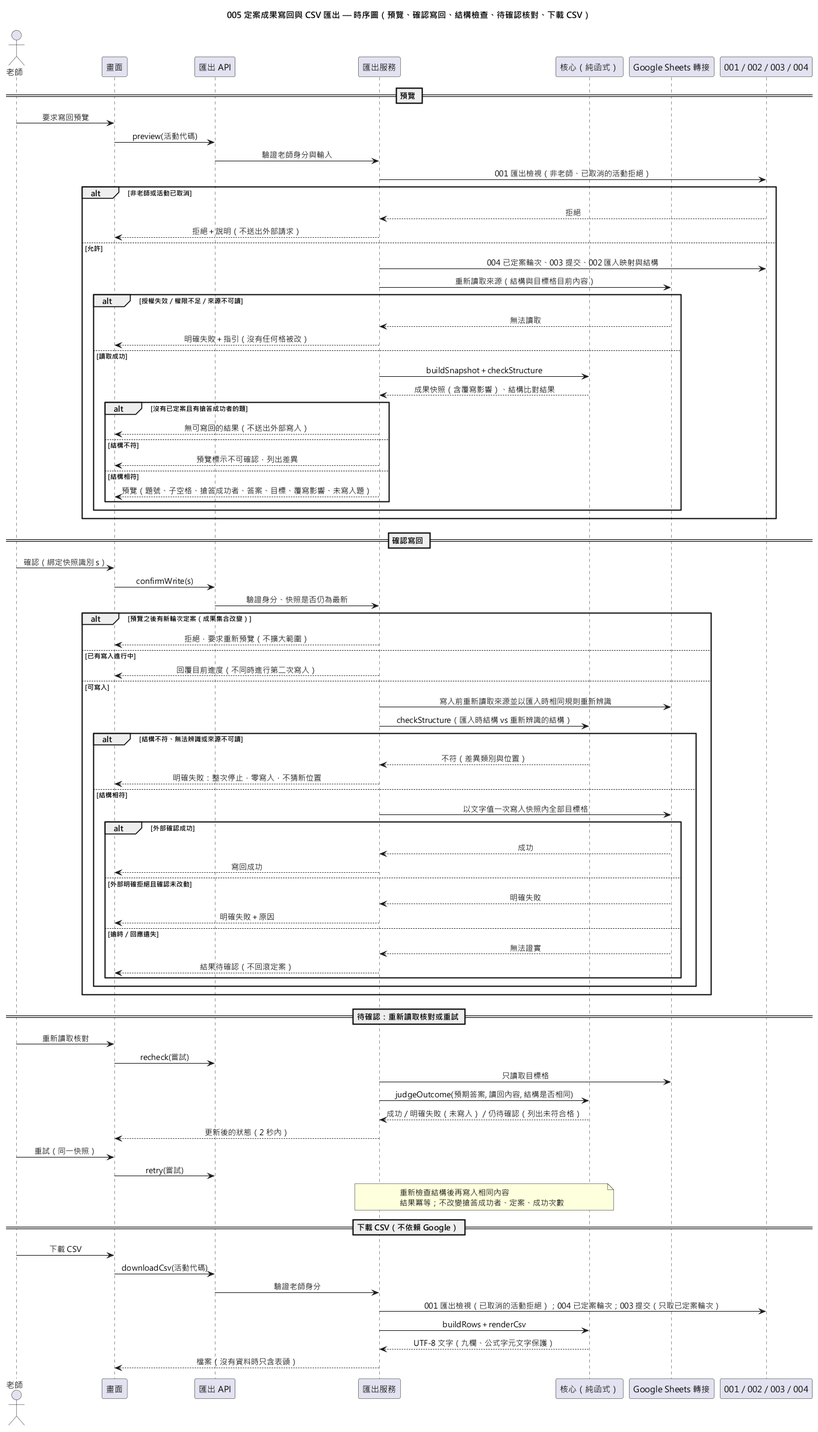
Above: diagrams/005-result-export-sequence.png in EricC430/lecture-answer-first_group16_speckit (PlantUML), before the change.
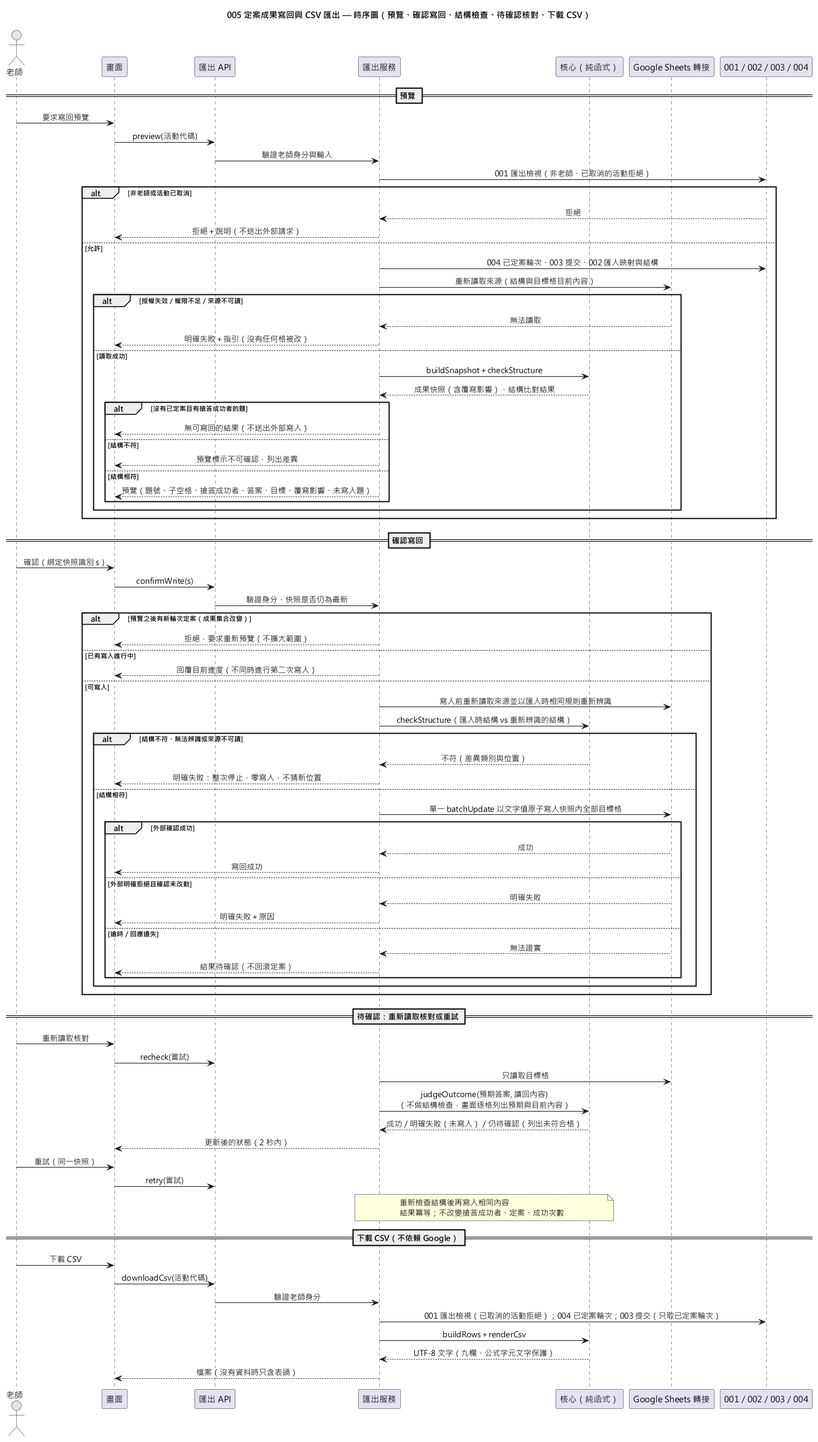
After the change.

The edit, as a diff of the source:
```diff
@@ -53,7 +53,7 @@
     C --> S : 不符（差異類別與位置）
     S --> UI : 明確失敗：整次停止，零寫入，不猜新位置
   else 結構相符
-    S -> G : 以文字值一次寫入快照內全部目標格
+    S -> G : 單一 batchUpdate 以文字值原子寫入快照內全部目標格
     alt 外部確認成功
       G --> S : 成功
       S --> UI : 寫回成功
@@ -71,7 +71,7 @@
 T -> UI : 重新讀取核對
 UI -> API : recheck(嘗試)
 S -> G : 只讀取目標格
-S -> C : judgeOutcome(預期答案, 讀回內容, 結構是否相同)
+S -> C : judgeOutcome(預期答案, 讀回內容)\n（不做結構檢查，畫面逐格列出預期與目前內容）
 C --> S : 成功／明確失敗（未寫入）／仍待確認（列出未符合格）
 S --> UI : 更新後的狀態（2 秒內）
 T -> UI : 重試（同一快照）
```
